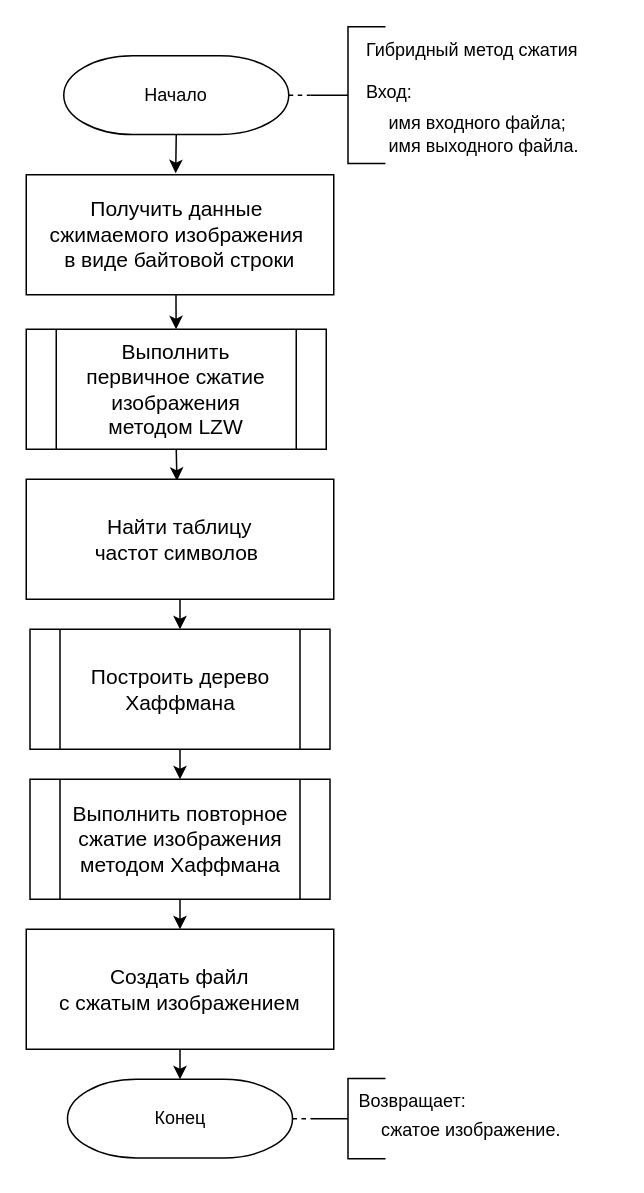
This is docs/schemes/hybrid.drawio from kovkir/bmstu-magistracy-diploma, a draw.io file, before an edit. Source tidied: cells renumbered, new cells numbered last; positions are measured from the earlier drawing's top-left corner, leaving out a move shared by most shapes. Both pictures are drawn from the tidied source at 150%, with x=0, y=0 at pixel (26, 26).
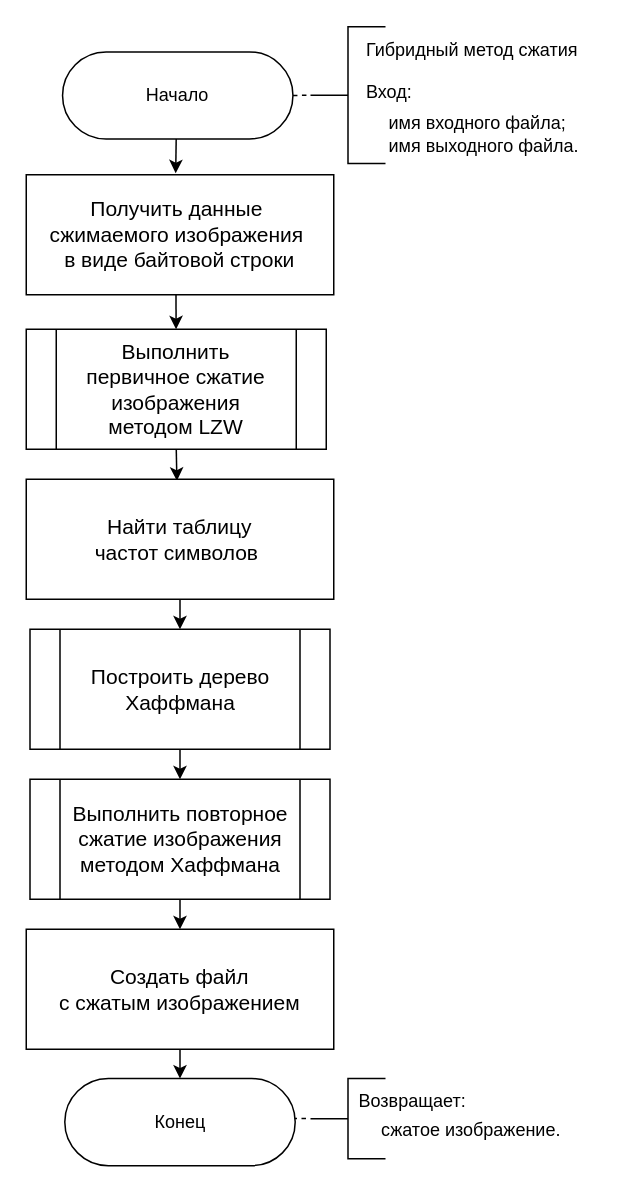
Above is the later version.

The change refers to these unchanged cells:
```xml
<mxCell id="5" style="strokeWidth=1;html=1;shape=mxgraph.flowchart.annotation_2;align=left;labelPosition=right;strokeColor=default;fontSize=13;gradientColor=none;" parent="1" vertex="1">
  <mxGeometry x="189.5" y="0.4" width="50" height="91.1" as="geometry" />
</mxCell>
<mxCell id="15" value="&lt;span style=&quot;font-size: 14px;&quot;&gt;&lt;font style=&quot;color: rgb(0, 0, 0);&quot;&gt;Получить данные&amp;nbsp;&lt;/font&gt;&lt;/span&gt;&lt;div&gt;&lt;span style=&quot;font-size: 14px;&quot;&gt;&lt;font style=&quot;color: rgb(0, 0, 0);&quot;&gt;сжимаемого изображения&amp;nbsp;&lt;/font&gt;&lt;/span&gt;&lt;/div&gt;&lt;div&gt;&lt;span style=&quot;font-size: 14px;&quot;&gt;&lt;font style=&quot;color: rgb(0, 0, 0);&quot;&gt;в виде байтовой строки&lt;/font&gt;&lt;/span&gt;&lt;/div&gt;" style="rounded=0;whiteSpace=wrap;html=1;strokeColor=default;strokeWidth=1;fontSize=12;gradientColor=none;" parent="1" vertex="1">
  <mxGeometry y="99" width="205" height="80" as="geometry" />
</mxCell>
<mxCell id="19" value="&lt;font&gt;&lt;span style=&quot;font-size: 14px;&quot;&gt;&lt;font style=&quot;color: rgb(0, 0, 0);&quot;&gt;Создать файл&lt;/font&gt;&lt;/span&gt;&lt;br style=&quot;font-size: 14px;&quot;&gt;&lt;span style=&quot;color: light-dark(rgb(0, 0, 0), rgb(237, 237, 237)); font-size: 14px;&quot;&gt;с сжатым&amp;nbsp;&lt;/span&gt;&lt;span style=&quot;color: light-dark(rgb(0, 0, 0), rgb(237, 237, 237)); font-size: 14px;&quot;&gt;изображением&lt;/span&gt;&lt;/font&gt;" style="rounded=0;whiteSpace=wrap;html=1;strokeColor=default;strokeWidth=1;fontSize=12;gradientColor=none;" parent="1" vertex="1">
  <mxGeometry y="602" width="205" height="80" as="geometry" />
</mxCell>
<mxCell id="23" style="strokeWidth=1;html=1;shape=mxgraph.flowchart.annotation_2;align=left;labelPosition=right;strokeColor=default;fontSize=13;gradientColor=none;" parent="1" vertex="1">
  <mxGeometry x="189.5" y="701.5" width="50" height="53.5" as="geometry" />
</mxCell>
```

Diff of the diagram source:
```diff
@@
-    <mxCell id="2" style="edgeStyle=none;html=1;entryX=0;entryY=0.5;entryDx=0;entryDy=0;entryPerimeter=0;fontSize=12;endArrow=none;endFill=0;dashed=1;exitX=1;exitY=0.5;exitDx=0;exitDy=0;exitPerimeter=0;" parent="1" edge="1" source="4" target="5">
+    <mxCell id="2" style="edgeStyle=none;html=1;entryX=0;entryY=0.5;entryDx=0;entryDy=0;entryPerimeter=0;fontSize=12;endArrow=none;endFill=0;dashed=1;exitX=0;exitY=0.5;exitDx=0;exitDy=0;" parent="1" edge="1" source="4" target="5">
       <mxGeometry relative="1" as="geometry" />
     </mxCell>
-    <mxCell id="3" style="edgeStyle=none;html=1;exitX=0.5;exitY=1;exitDx=0;exitDy=0;exitPerimeter=0;fontSize=12;endArrow=classic;endFill=1;entryX=0.486;entryY=-0.012;entryDx=0;entryDy=0;entryPerimeter=0;" parent="1" edge="1" source="4" target="15">
-      <mxGeometry relative="1" as="geometry" />
+    <mxCell id="3" style="edgeStyle=none;html=1;exitX=0.5;exitY=1;exitDx=0;exitDy=0;exitPerimeter=0;fontSize=12;endArrow=classic;endFill=1;entryX=0.486;entryY=-0.012;entryDx=0;entryDy=0;entryPerimeter=0;" parent="1" edge="1" target="15">
+      <mxGeometry relative="1" as="geometry">
+        <mxPoint x="100" y="72.2" as="sourcePoint" />
+      </mxGeometry>
     </mxCell>
-    <mxCell id="4" value="Начало" style="strokeWidth=1;html=1;shape=mxgraph.flowchart.terminator;whiteSpace=wrap;strokeColor=default;gradientColor=none;" parent="1" vertex="1">
-      <mxGeometry x="25" y="19.7" width="150" height="52.5" as="geometry" />
-    </mxCell>
@@
-    <mxCell id="13" style="edgeStyle=none;html=1;entryX=0.5;entryY=0;entryDx=0;entryDy=0;fontSize=12;endArrow=classic;endFill=1;entryPerimeter=0;" parent="1" edge="1" source="19" target="14">
+    <mxCell id="13" style="edgeStyle=none;html=1;entryX=0.5;entryY=1;entryDx=0;entryDy=0;fontSize=12;endArrow=classic;endFill=1;" parent="1" edge="1" source="19" target="14">
       <mxGeometry relative="1" as="geometry" />
     </mxCell>
-    <mxCell id="14" value="Конец" style="strokeWidth=1;html=1;shape=mxgraph.flowchart.terminator;whiteSpace=wrap;strokeColor=default;gradientColor=none;" parent="1" vertex="1">
-      <mxGeometry x="27.5" y="702" width="150" height="52.5" as="geometry" />
-    </mxCell>
@@
-    <mxCell id="22" style="edgeStyle=none;html=1;entryX=0;entryY=0.5;entryDx=0;entryDy=0;entryPerimeter=0;fontSize=12;endArrow=none;endFill=0;dashed=1;exitX=1;exitY=0.5;exitDx=0;exitDy=0;exitPerimeter=0;" parent="1" edge="1" source="14" target="23">
-      <mxGeometry relative="1" as="geometry" />
+    <mxCell id="22" style="edgeStyle=none;html=1;entryX=0;entryY=0.5;entryDx=0;entryDy=0;entryPerimeter=0;fontSize=12;endArrow=none;endFill=0;dashed=1;exitX=1;exitY=0.5;exitDx=0;exitDy=0;exitPerimeter=0;" parent="1" edge="1" target="23">
+      <mxGeometry relative="1" as="geometry">
+        <mxPoint x="177.5" y="728.2" as="sourcePoint" />
+      </mxGeometry>
     </mxCell>
@@
+    <mxCell id="4" value="&lt;span style=&quot;color: rgb(0, 0, 0); font-family: Helvetica; font-size: 12px;&quot;&gt;Начало&lt;/span&gt;" style="rounded=1;whiteSpace=wrap;html=1;fontSize=14;spacing=3;strokeWidth=1;glass=0;flipH=1;flipV=0;rotation=0;direction=west;arcSize=50;fontFamily=Times New Roman;" parent="1" vertex="1">
+      <mxGeometry x="24.2" y="17.1" width="153.6" height="58.1" as="geometry" />
+    </mxCell>
+    <mxCell id="14" value="&lt;span style=&quot;color: rgb(0, 0, 0); font-family: Helvetica; font-size: 12px;&quot;&gt;Конец&lt;/span&gt;" style="rounded=1;whiteSpace=wrap;html=1;fontSize=14;spacing=3;strokeWidth=1;glass=0;flipH=1;flipV=0;rotation=0;direction=west;arcSize=50;fontFamily=Times New Roman;" parent="1" vertex="1">
+      <mxGeometry x="25.7" y="701.5" width="153.6" height="58.1" as="geometry" />
+    </mxCell>
```
